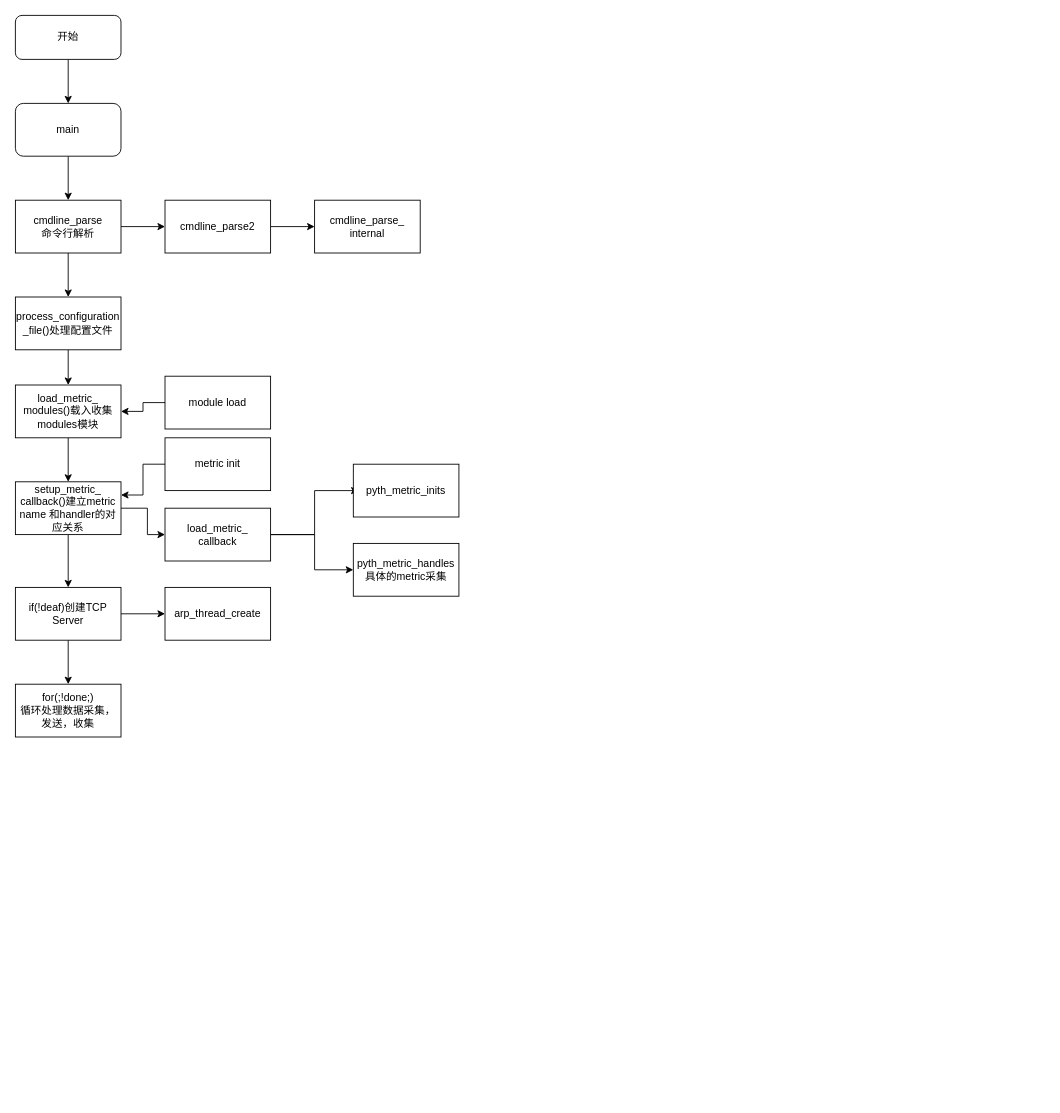
Tlwhisper/02cpp keeps this draw.io diagram as gmond.drawio. Above is the earlier version. Source tidied: cells renumbered, new cells numbered last; positions are measured from the earlier drawing's top-left corner, leaving out a move shared by most shapes. Both pictures are drawn from the tidied source at 88%, with x=0, y=0 at pixel (15, 15). Pictures stored in the file or linked from it are replaced by grey dashed boxes.
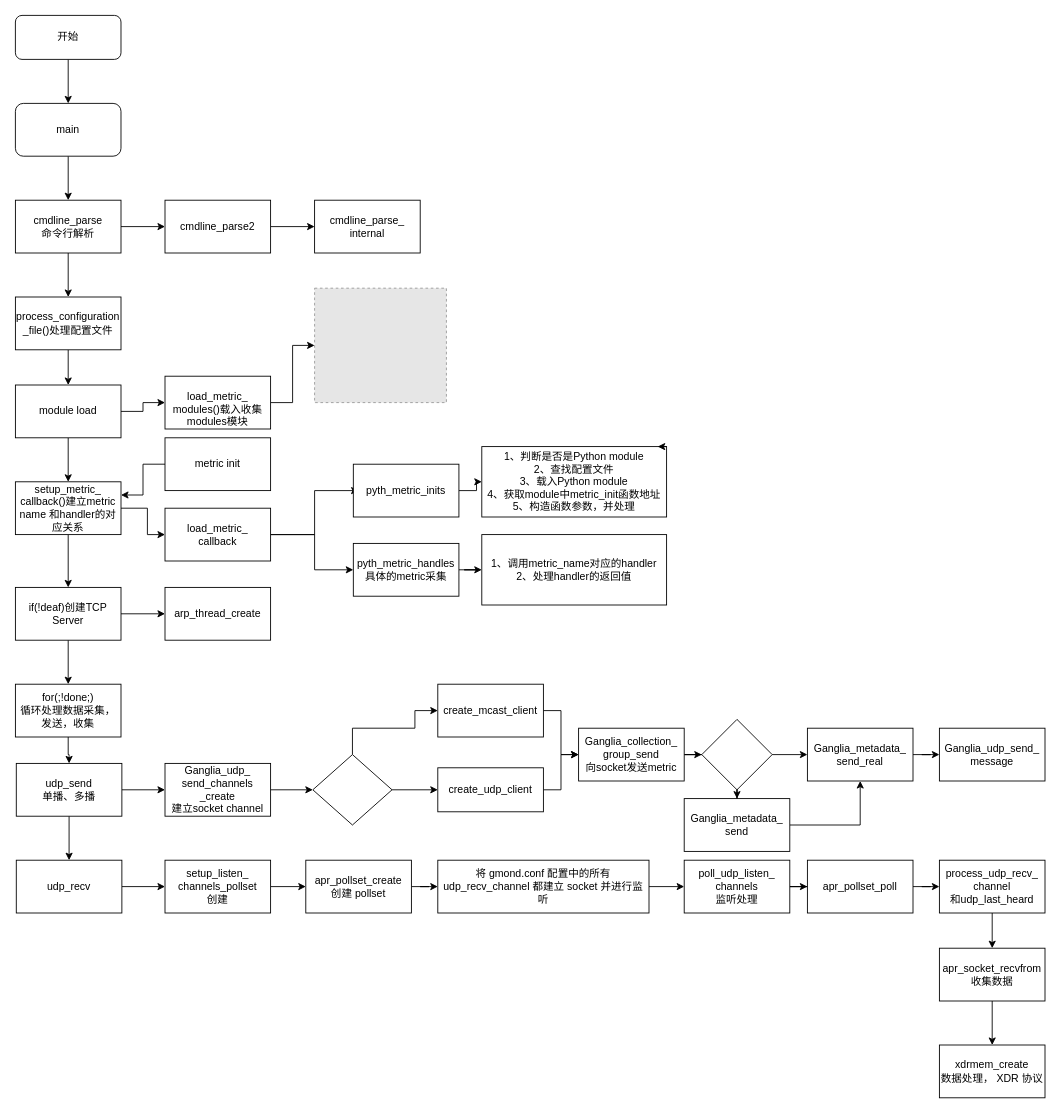
The same diagram, later.

The change refers to these unchanged cells:
```xml
<mxCell id="25" value="for(;!done;)&lt;br&gt;循环处理数据采集，&lt;br&gt;发送，收集" style="rounded=0;whiteSpace=wrap;html=1;" parent="1" vertex="1">
  <mxGeometry y="760" width="120" height="60" as="geometry" />
</mxCell>
<mxCell id="31" value="pyth_metric_inits" style="rounded=0;whiteSpace=wrap;html=1;" parent="1" vertex="1">
  <mxGeometry x="384" y="510" width="120" height="60" as="geometry" />
</mxCell>
<mxCell id="32" value="pyth_metric_handles&lt;br&gt;具体的metric采集" style="rounded=0;whiteSpace=wrap;html=1;" parent="1" vertex="1">
  <mxGeometry x="384" y="600" width="120" height="60" as="geometry" />
</mxCell>
```

Change to the diagram source:
```diff
@@
+    <mxCell id="33" style="edgeStyle=orthogonalEdgeStyle;rounded=0;jettySize=auto;html=1;entryX=0;entryY=0.5;entryDx=0;entryDy=0;" parent="1" edge="1" source="14" target="28">
+      <mxGeometry relative="1" as="geometry" />
+    </mxCell>
-    <mxCell id="14" value="load_metric_&lt;br&gt;modules()载入收集modules模块" style="rounded=0;whiteSpace=wrap;html=1;" parent="1" vertex="1">
+    <mxCell id="14" value="module load" style="rounded=0;whiteSpace=wrap;html=1;" parent="1" vertex="1">
       <mxGeometry y="420" width="120" height="60" as="geometry" />
     </mxCell>
@@
+    <mxCell id="34" style="edgeStyle=orthogonalEdgeStyle;rounded=0;jettySize=auto;html=1;" parent="1" edge="1" source="25" target="44">
+      <mxGeometry relative="1" as="geometry" />
+    </mxCell>
@@
-    <mxCell id="27" style="edgeStyle=orthogonalEdgeStyle;rounded=0;jettySize=auto;html=1;entryX=1;entryY=0.5;entryDx=0;entryDy=0;" parent="1" edge="1" source="28" target="14">
-      <mxGeometry relative="1" as="geometry" />
-    </mxCell>
+    <mxCell id="35" style="edgeStyle=orthogonalEdgeStyle;rounded=0;jettySize=auto;html=1;entryX=0;entryY=0.5;entryDx=0;entryDy=0;" parent="1" edge="1" source="28" target="38">
+      <mxGeometry relative="1" as="geometry" />
+    </mxCell>
-    <mxCell id="28" value="module load&lt;br&gt;" style="rounded=0;whiteSpace=wrap;html=1;" parent="1" vertex="1">
+    <mxCell id="28" value="&lt;br&gt;load_metric_&lt;br&gt;modules()载入收集modules模块" style="rounded=0;whiteSpace=wrap;html=1;" parent="1" vertex="1">
       <mxGeometry x="170" y="410" width="120" height="60" as="geometry" />
     </mxCell>
@@
+    <mxCell id="36" style="edgeStyle=orthogonalEdgeStyle;rounded=0;jettySize=auto;html=1;" parent="1" edge="1" source="31" target="39">
+      <mxGeometry relative="1" as="geometry" />
+    </mxCell>
@@
+    <mxCell id="37" style="edgeStyle=orthogonalEdgeStyle;rounded=0;jettySize=auto;html=1;" parent="1" edge="1" source="32" target="41">
+      <mxGeometry relative="1" as="geometry" />
+    </mxCell>
@@
+    <mxCell id="38" style="fillColor=#E6E6E6;strokeColor=#999999;dashed=1;verticalLabelPosition=bottom;verticalAlign=top;" parent="1" vertex="1">
+      <mxGeometry x="340" y="310" width="149.8" height="130" as="geometry" />
+    </mxCell>
+    <mxCell id="39" value="1、判断是否是Python module&lt;br&gt;2、查找配置文件&lt;br&gt;3、载入Python module&lt;br&gt;4、获取module中metric_init函数地址&lt;br&gt;5、构造函数参数，并处理" style="rounded=0;whiteSpace=wrap;html=1;" parent="1" vertex="1">
+      <mxGeometry x="530" y="490" width="210" height="80" as="geometry" />
+    </mxCell>
+    <mxCell id="40" style="edgeStyle=orthogonalEdgeStyle;rounded=0;orthogonalLoop=1;jettySize=auto;html=1;exitX=1;exitY=0;exitDx=0;exitDy=0;entryX=0.952;entryY=0.005;entryDx=0;entryDy=0;entryPerimeter=0;" parent="1" edge="1" source="39" target="39">
+      <mxGeometry relative="1" as="geometry" />
+    </mxCell>
+    <mxCell id="41" value="1、调用metric_name对应的handler&lt;br&gt;2、处理handler的返回值" style="rounded=0;whiteSpace=wrap;html=1;" parent="1" vertex="1">
+      <mxGeometry x="530" y="590" width="210" height="80" as="geometry" />
+    </mxCell>
+    <mxCell id="42" style="edgeStyle=orthogonalEdgeStyle;rounded=0;jettySize=auto;html=1;" parent="1" edge="1" source="44" target="46">
+      <mxGeometry relative="1" as="geometry" />
+    </mxCell>
+    <mxCell id="43" style="edgeStyle=orthogonalEdgeStyle;rounded=0;jettySize=auto;html=1;entryX=0.5;entryY=0;entryDx=0;entryDy=0;" parent="1" edge="1" source="44" target="65">
+      <mxGeometry relative="1" as="geometry" />
+    </mxCell>
+    <mxCell id="44" value="udp_send&lt;br&gt;单播、多播" style="rounded=0;whiteSpace=wrap;html=1;" parent="1" vertex="1">
+      <mxGeometry x="1" y="850" width="120" height="60" as="geometry" />
+    </mxCell>
+    <mxCell id="45" style="edgeStyle=orthogonalEdgeStyle;rounded=0;jettySize=auto;html=1;entryX=0;entryY=0.5;entryDx=0;entryDy=0;" parent="1" edge="1" source="46" target="49">
+      <mxGeometry relative="1" as="geometry" />
+    </mxCell>
+    <mxCell id="46" value="&lt;div&gt;Ganglia_udp_&lt;/div&gt;&lt;div&gt;send_channels&lt;/div&gt;&lt;div&gt;_create&lt;/div&gt;&lt;div&gt;建立socket channel&lt;/div&gt;" style="rounded=0;whiteSpace=wrap;html=1;" parent="1" vertex="1">
+      <mxGeometry x="170" y="850" width="120" height="60" as="geometry" />
+    </mxCell>
+    <mxCell id="47" style="edgeStyle=orthogonalEdgeStyle;rounded=0;jettySize=auto;html=1;entryX=0;entryY=0.5;entryDx=0;entryDy=0;" parent="1" edge="1" source="49" target="51">
+      <mxGeometry relative="1" as="geometry">
+        <Array as="points">
+          <mxPoint x="383" y="810" />
+          <mxPoint x="454" y="810" />
+          <mxPoint x="454" y="790" />
+        </Array>
+      </mxGeometry>
+    </mxCell>
+    <mxCell id="48" style="edgeStyle=orthogonalEdgeStyle;rounded=0;jettySize=auto;html=1;entryX=0;entryY=0.5;entryDx=0;entryDy=0;" parent="1" edge="1" source="49" target="53">
+      <mxGeometry relative="1" as="geometry" />
+    </mxCell>
+    <mxCell id="49" style="rhombus;whiteSpace=wrap;html=1;" parent="1" vertex="1">
+      <mxGeometry x="338" y="840" width="90" height="80" as="geometry" />
+    </mxCell>
+    <mxCell id="50" style="edgeStyle=orthogonalEdgeStyle;rounded=0;jettySize=auto;html=1;entryX=0;entryY=0.5;entryDx=0;entryDy=0;" parent="1" edge="1" source="51" target="55">
+      <mxGeometry relative="1" as="geometry" />
+    </mxCell>
+    <mxCell id="51" value="create_mcast_client" style="rounded=0;whiteSpace=wrap;html=1;" parent="1" vertex="1">
+      <mxGeometry x="480" y="760" width="120" height="60" as="geometry" />
+    </mxCell>
+    <mxCell id="52" style="edgeStyle=orthogonalEdgeStyle;rounded=0;jettySize=auto;html=1;" parent="1" edge="1" source="53">
+      <mxGeometry relative="1" as="geometry">
+        <mxPoint x="640" y="840" as="targetPoint" />
+        <Array as="points">
+          <mxPoint x="620" y="880" />
+          <mxPoint x="620" y="840" />
+        </Array>
+      </mxGeometry>
+    </mxCell>
+    <mxCell id="53" value="create_udp_client" style="rounded=0;whiteSpace=wrap;html=1;" parent="1" vertex="1">
+      <mxGeometry x="480" y="855" width="120" height="50" as="geometry" />
+    </mxCell>
+    <mxCell id="54" style="edgeStyle=orthogonalEdgeStyle;rounded=0;jettySize=auto;html=1;" parent="1" edge="1" source="55" target="58">
+      <mxGeometry relative="1" as="geometry" />
+    </mxCell>
+    <mxCell id="55" value="Ganglia_collection_&lt;br&gt;group_send&lt;br&gt;向socket发送metric" style="rounded=0;whiteSpace=wrap;html=1;" parent="1" vertex="1">
+      <mxGeometry x="640" y="810" width="120" height="60" as="geometry" />
+    </mxCell>
+    <mxCell id="56" style="edgeStyle=orthogonalEdgeStyle;rounded=0;jettySize=auto;html=1;" parent="1" edge="1" source="58" target="60">
+      <mxGeometry relative="1" as="geometry" />
+    </mxCell>
+    <mxCell id="57" style="edgeStyle=orthogonalEdgeStyle;rounded=0;jettySize=auto;html=1;" parent="1" edge="1" source="58" target="62">
+      <mxGeometry relative="1" as="geometry" />
+    </mxCell>
+    <mxCell id="58" style="rhombus;whiteSpace=wrap;html=1;" parent="1" vertex="1">
+      <mxGeometry x="780" y="800" width="80" height="80" as="geometry" />
+    </mxCell>
+    <mxCell id="59" style="edgeStyle=orthogonalEdgeStyle;rounded=0;jettySize=auto;html=1;entryX=0.5;entryY=1;entryDx=0;entryDy=0;" parent="1" edge="1" source="60" target="62">
+      <mxGeometry relative="1" as="geometry" />
+    </mxCell>
+    <mxCell id="60" value="Ganglia_metadata_&lt;br&gt;send" style="rounded=0;whiteSpace=wrap;html=1;" parent="1" vertex="1">
+      <mxGeometry x="760" y="890" width="120" height="60" as="geometry" />
+    </mxCell>
+    <mxCell id="61" style="edgeStyle=orthogonalEdgeStyle;rounded=0;jettySize=auto;html=1;" parent="1" edge="1" source="62" target="63">
+      <mxGeometry relative="1" as="geometry" />
+    </mxCell>
+    <mxCell id="62" value="Ganglia_metadata_&lt;br&gt;send_real" style="rounded=0;whiteSpace=wrap;html=1;" parent="1" vertex="1">
+      <mxGeometry x="900" y="810" width="120" height="60" as="geometry" />
+    </mxCell>
+    <mxCell id="63" value="Ganglia_udp_send_&lt;br&gt;message" style="rounded=0;whiteSpace=wrap;html=1;" parent="1" vertex="1">
+      <mxGeometry x="1050" y="810" width="120" height="60" as="geometry" />
+    </mxCell>
+    <mxCell id="64" style="edgeStyle=orthogonalEdgeStyle;rounded=0;jettySize=auto;html=1;" parent="1" edge="1" source="65" target="67">
+      <mxGeometry relative="1" as="geometry" />
+    </mxCell>
+    <mxCell id="65" value="udp_recv" style="rounded=0;whiteSpace=wrap;html=1;" parent="1" vertex="1">
+      <mxGeometry x="1" y="960" width="120" height="60" as="geometry" />
+    </mxCell>
+    <mxCell id="66" style="edgeStyle=orthogonalEdgeStyle;rounded=0;jettySize=auto;html=1;" parent="1" edge="1" source="67" target="69">
+      <mxGeometry relative="1" as="geometry" />
+    </mxCell>
+    <mxCell id="67" value="&lt;div&gt;setup_listen_&lt;/div&gt;&lt;div&gt;channels_pollset&lt;/div&gt;&lt;div&gt;创建&lt;/div&gt;" style="rounded=0;whiteSpace=wrap;html=1;" parent="1" vertex="1">
+      <mxGeometry x="170" y="960" width="120" height="60" as="geometry" />
+    </mxCell>
+    <mxCell id="68" style="edgeStyle=orthogonalEdgeStyle;rounded=0;jettySize=auto;html=1;" parent="1" edge="1" source="69" target="71">
+      <mxGeometry relative="1" as="geometry" />
+    </mxCell>
+    <mxCell id="69" value="apr_pollset_create&lt;br&gt;创建 pollset" style="rounded=0;whiteSpace=wrap;html=1;" parent="1" vertex="1">
+      <mxGeometry x="330" y="960" width="120" height="60" as="geometry" />
+    </mxCell>
+    <mxCell id="70" style="edgeStyle=orthogonalEdgeStyle;rounded=0;jettySize=auto;html=1;entryX=0;entryY=0.5;entryDx=0;entryDy=0;" parent="1" edge="1" source="71" target="73">
+      <mxGeometry relative="1" as="geometry" />
+    </mxCell>
+    <mxCell id="71" value="将 gmond.conf 配置中的所有 udp_recv_channel 都建立 socket 并进行监听" style="rounded=0;whiteSpace=wrap;html=1;" parent="1" vertex="1">
+      <mxGeometry x="480" y="960" width="240" height="60" as="geometry" />
+    </mxCell>
+    <mxCell id="72" style="edgeStyle=orthogonalEdgeStyle;rounded=0;jettySize=auto;html=1;" parent="1" edge="1" source="73" target="75">
+      <mxGeometry relative="1" as="geometry" />
+    </mxCell>
+    <mxCell id="73" value="poll_udp_listen_&lt;br&gt;channels&lt;br&gt;监听处理" style="rounded=0;whiteSpace=wrap;html=1;" parent="1" vertex="1">
+      <mxGeometry x="760" y="960" width="120" height="60" as="geometry" />
+    </mxCell>
+    <mxCell id="74" style="edgeStyle=orthogonalEdgeStyle;rounded=0;jettySize=auto;html=1;" parent="1" edge="1" source="75" target="77">
+      <mxGeometry relative="1" as="geometry" />
+    </mxCell>
+    <mxCell id="75" value="apr_pollset_poll" style="rounded=0;whiteSpace=wrap;html=1;" parent="1" vertex="1">
+      <mxGeometry x="900" y="960" width="120" height="60" as="geometry" />
+    </mxCell>
+    <mxCell id="76" style="edgeStyle=orthogonalEdgeStyle;rounded=0;jettySize=auto;html=1;" parent="1" edge="1" source="77" target="79">
+      <mxGeometry relative="1" as="geometry" />
+    </mxCell>
+    <mxCell id="77" value="&lt;div&gt;process_udp_recv_&lt;/div&gt;&lt;div&gt;channel&lt;/div&gt;&lt;div&gt;和udp_last_heard&lt;/div&gt;" style="rounded=0;whiteSpace=wrap;html=1;" parent="1" vertex="1">
+      <mxGeometry x="1050" y="960" width="120" height="60" as="geometry" />
+    </mxCell>
+    <mxCell id="78" style="edgeStyle=orthogonalEdgeStyle;rounded=0;jettySize=auto;html=1;" parent="1" edge="1" source="79" target="80">
+      <mxGeometry relative="1" as="geometry" />
+    </mxCell>
+    <mxCell id="79" value="apr_socket_recvfrom&lt;br&gt;收集数据" style="rounded=0;whiteSpace=wrap;html=1;" parent="1" vertex="1">
+      <mxGeometry x="1050" y="1060" width="120" height="60" as="geometry" />
+    </mxCell>
+    <mxCell id="80" value="xdrmem_create&lt;br&gt;数据处理， XDR 协议" style="rounded=0;whiteSpace=wrap;html=1;" parent="1" vertex="1">
+      <mxGeometry x="1050" y="1170" width="120" height="60" as="geometry" />
+    </mxCell>
```
